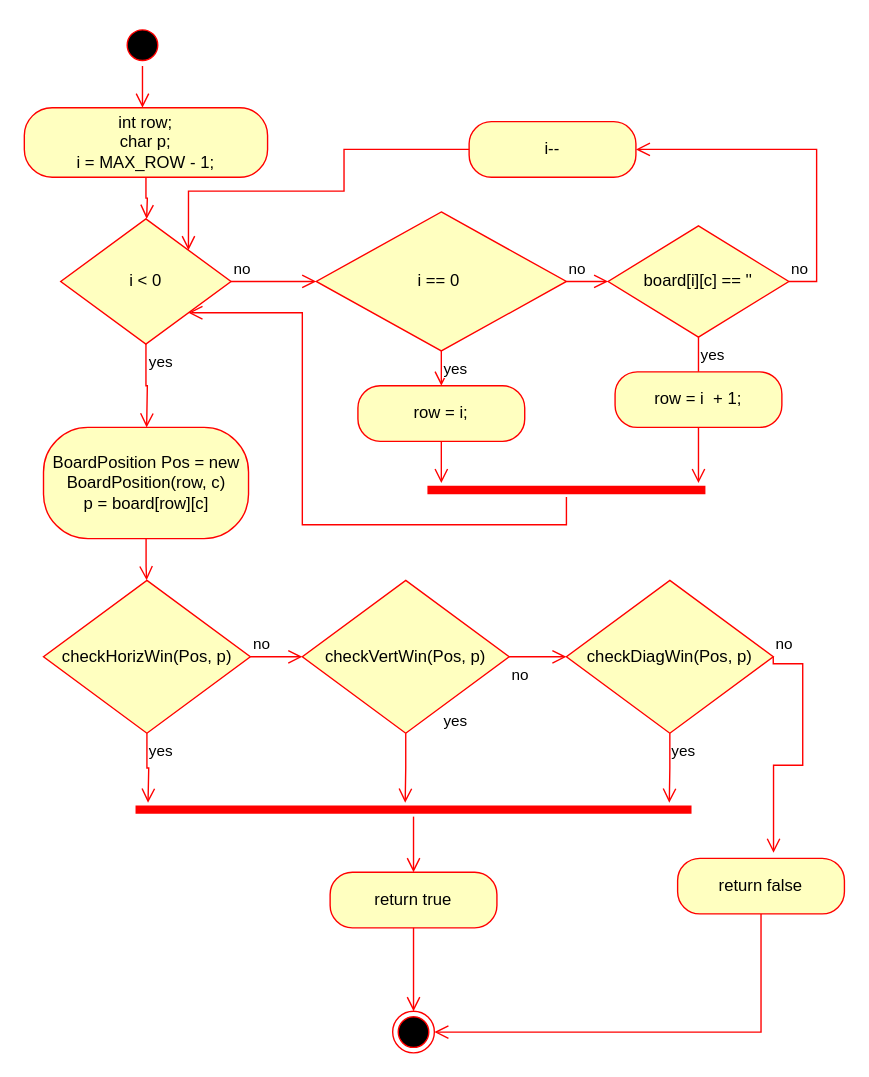
Before: DRAW_IO/checkForWin_AD.drawio in c-tollison/extendedConnectX, a draw.io diagram. Source tidied: cells renumbered, new cells numbered last; positions are measured from the earlier drawing's top-left corner, leaving out a move shared by most shapes. Both pictures are drawn from the tidied source at 139%, with x=0, y=0 at pixel (24, 24).
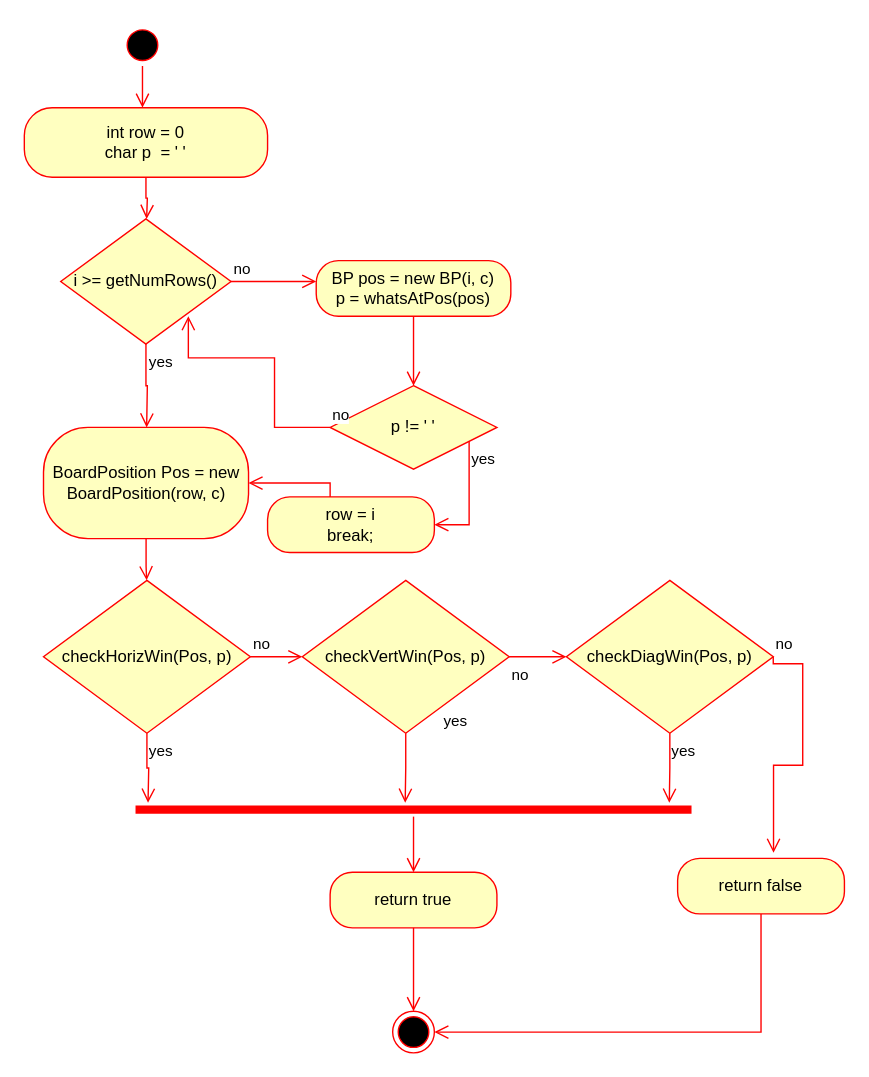
After the change.

Diff of the diagram source:
```diff
@@
-    <mxCell id="4" value="int row;&lt;br&gt;char p;&lt;br&gt;i = MAX_ROW - 1;" style="rounded=1;whiteSpace=wrap;html=1;arcSize=40;fontColor=#000000;fillColor=#ffffc0;strokeColor=#ff0000;" parent="1" vertex="1">
+    <mxCell id="4" value="int row = 0&lt;br&gt;char p&amp;nbsp; = ' '" style="rounded=1;whiteSpace=wrap;html=1;arcSize=40;fontColor=#000000;fillColor=#ffffc0;strokeColor=#ff0000;" parent="1" vertex="1">
       <mxGeometry y="60" width="175" height="50" as="geometry" />
     </mxCell>
@@
-    <mxCell id="6" value="i &amp;lt; 0" style="rhombus;whiteSpace=wrap;html=1;fillColor=#ffffc0;strokeColor=#ff0000;" parent="1" vertex="1">
+    <mxCell id="6" value="i &amp;gt;= getNumRows()" style="rhombus;whiteSpace=wrap;html=1;fillColor=#ffffc0;strokeColor=#ff0000;" parent="1" vertex="1">
       <mxGeometry x="26.2" y="140" width="122.5" height="90" as="geometry" />
     </mxCell>
@@
-    <mxCell id="9" value="i == 0&amp;nbsp;" style="rhombus;whiteSpace=wrap;html=1;fillColor=#ffffc0;strokeColor=#ff0000;" parent="1" vertex="1">
-      <mxGeometry x="210" y="135" width="180" height="100" as="geometry" />
-    </mxCell>
-    <mxCell id="10" value="no" style="edgeStyle=orthogonalEdgeStyle;html=1;align=left;verticalAlign=bottom;endArrow=open;endSize=8;strokeColor=#ff0000;rounded=0;" parent="1" edge="1" source="9">
-      <mxGeometry x="-1" relative="1" as="geometry">
-        <mxPoint x="420" y="185" as="targetPoint" />
-      </mxGeometry>
-    </mxCell>
-    <mxCell id="11" value="yes" style="edgeStyle=orthogonalEdgeStyle;html=1;align=left;verticalAlign=top;endArrow=open;endSize=8;strokeColor=#ff0000;rounded=0;" parent="1" edge="1" source="9">
-      <mxGeometry x="-1" relative="1" as="geometry">
-        <mxPoint x="300" y="260" as="targetPoint" />
-      </mxGeometry>
-    </mxCell>
-    <mxCell id="12" value="row = i;" style="rounded=1;whiteSpace=wrap;html=1;arcSize=40;fontColor=#000000;fillColor=#ffffc0;strokeColor=#ff0000;" parent="1" vertex="1">
-      <mxGeometry x="240" y="260" width="120" height="40" as="geometry" />
-    </mxCell>
-    <mxCell id="13" style="edgeStyle=orthogonalEdgeStyle;html=1;verticalAlign=bottom;endArrow=open;endSize=8;strokeColor=#ff0000;rounded=0;" parent="1" edge="1" source="12">
-      <mxGeometry relative="1" as="geometry">
-        <mxPoint x="300" y="330" as="targetPoint" />
-      </mxGeometry>
-    </mxCell>
-    <mxCell id="14" value="board[i][c] == ''" style="rhombus;whiteSpace=wrap;html=1;fillColor=#ffffc0;strokeColor=#ff0000;" parent="1" vertex="1">
-      <mxGeometry x="420" y="145" width="130" height="80" as="geometry" />
-    </mxCell>
-    <mxCell id="15" value="no" style="edgeStyle=orthogonalEdgeStyle;html=1;align=left;verticalAlign=bottom;endArrow=open;endSize=8;strokeColor=#ff0000;rounded=0;" parent="1" edge="1" source="14">
-      <mxGeometry x="-1" relative="1" as="geometry">
-        <mxPoint x="440" y="90" as="targetPoint" />
-        <Array as="points">
-          <mxPoint x="570" y="185" />
-        </Array>
-      </mxGeometry>
-    </mxCell>
-    <mxCell id="16" value="yes" style="edgeStyle=orthogonalEdgeStyle;html=1;align=left;verticalAlign=top;endArrow=open;endSize=8;strokeColor=#ff0000;rounded=0;" parent="1" edge="1" source="14">
-      <mxGeometry x="-1" relative="1" as="geometry">
-        <mxPoint x="485" y="270" as="targetPoint" />
-      </mxGeometry>
-    </mxCell>
-    <mxCell id="17" value="row = i&amp;nbsp; + 1;" style="rounded=1;whiteSpace=wrap;html=1;arcSize=40;fontColor=#000000;fillColor=#ffffc0;strokeColor=#ff0000;" parent="1" vertex="1">
-      <mxGeometry x="425" y="250" width="120" height="40" as="geometry" />
-    </mxCell>
-    <mxCell id="18" style="edgeStyle=orthogonalEdgeStyle;html=1;verticalAlign=bottom;endArrow=open;endSize=8;strokeColor=#ff0000;rounded=0;" parent="1" edge="1" source="17">
-      <mxGeometry relative="1" as="geometry">
-        <mxPoint x="485" y="330" as="targetPoint" />
-      </mxGeometry>
-    </mxCell>
-    <mxCell id="19" value="i--" style="rounded=1;whiteSpace=wrap;html=1;arcSize=40;fontColor=#000000;fillColor=#ffffc0;strokeColor=#ff0000;" parent="1" vertex="1">
-      <mxGeometry x="320" y="70" width="120" height="40" as="geometry" />
-    </mxCell>
-    <mxCell id="20" style="edgeStyle=orthogonalEdgeStyle;html=1;verticalAlign=bottom;endArrow=open;endSize=8;strokeColor=#ff0000;rounded=0;entryX=1;entryY=0;entryDx=0;entryDy=0;exitX=0;exitY=0.5;exitDx=0;exitDy=0;" parent="1" edge="1" source="19" target="6">
-      <mxGeometry relative="1" as="geometry">
-        <Array as="points">
-          <mxPoint x="230" y="90" />
-          <mxPoint x="230" y="120" />
-          <mxPoint x="118" y="120" />
-        </Array>
-      </mxGeometry>
-    </mxCell>
-    <mxCell id="21" style="shape=line;html=1;strokeWidth=6;strokeColor=#ff0000;" parent="1" vertex="1">
-      <mxGeometry x="290" y="330" width="200" height="10" as="geometry" />
-    </mxCell>
-    <mxCell id="22" style="edgeStyle=orthogonalEdgeStyle;html=1;verticalAlign=bottom;endArrow=open;endSize=8;strokeColor=#ff0000;rounded=0;entryX=1;entryY=1;entryDx=0;entryDy=0;" parent="1" edge="1" source="21" target="6">
-      <mxGeometry relative="1" as="geometry">
-        <Array as="points">
-          <mxPoint x="390" y="360" />
-          <mxPoint x="200" y="360" />
-          <mxPoint x="200" y="208" />
-        </Array>
-      </mxGeometry>
-    </mxCell>
-    <mxCell id="23" value="BoardPosition Pos = new BoardPosition(row, c)&lt;br&gt;p = board[row][c]" style="rounded=1;whiteSpace=wrap;html=1;arcSize=40;fontColor=#000000;fillColor=#ffffc0;strokeColor=#ff0000;" parent="1" vertex="1">
+    <mxCell id="23" value="BoardPosition Pos = new BoardPosition(row, c)" style="rounded=1;whiteSpace=wrap;html=1;arcSize=40;fontColor=#000000;fillColor=#ffffc0;strokeColor=#ff0000;" parent="1" vertex="1">
       <mxGeometry x="13.8" y="290" width="147.5" height="80" as="geometry" />
     </mxCell>
@@
+    <mxCell id="41" value="BP pos = new BP(i, c)&lt;br&gt;p = whatsAtPos(pos)" style="rounded=1;whiteSpace=wrap;html=1;arcSize=40;fontColor=#000000;fillColor=#ffffc0;strokeColor=#ff0000;" parent="1" vertex="1">
+      <mxGeometry x="210" y="170" width="140" height="40" as="geometry" />
+    </mxCell>
+    <mxCell id="42" style="edgeStyle=orthogonalEdgeStyle;html=1;verticalAlign=bottom;endArrow=open;endSize=8;strokeColor=#ff0000;rounded=0;" parent="1" edge="1" source="41">
+      <mxGeometry relative="1" as="geometry">
+        <mxPoint x="280" y="260" as="targetPoint" />
+        <Array as="points">
+          <mxPoint x="280" y="230" />
+          <mxPoint x="280" y="230" />
+        </Array>
+      </mxGeometry>
+    </mxCell>
+    <mxCell id="43" value="p != ' '" style="rhombus;whiteSpace=wrap;html=1;fillColor=#ffffc0;strokeColor=#ff0000;" parent="1" vertex="1">
+      <mxGeometry x="220" y="260" width="120" height="60" as="geometry" />
+    </mxCell>
+    <mxCell id="44" value="no" style="edgeStyle=orthogonalEdgeStyle;html=1;align=left;verticalAlign=bottom;endArrow=open;endSize=8;strokeColor=#ff0000;rounded=0;" parent="1" edge="1" source="43">
+      <mxGeometry x="-1" relative="1" as="geometry">
+        <mxPoint x="118" y="210" as="targetPoint" />
+        <Array as="points">
+          <mxPoint x="180" y="290" />
+          <mxPoint x="180" y="240" />
+          <mxPoint x="118" y="240" />
+        </Array>
+      </mxGeometry>
+    </mxCell>
+    <mxCell id="45" value="yes" style="edgeStyle=orthogonalEdgeStyle;html=1;align=left;verticalAlign=top;endArrow=open;endSize=8;strokeColor=#ff0000;rounded=0;entryX=1;entryY=0.5;entryDx=0;entryDy=0;" parent="1" edge="1" source="43" target="46">
+      <mxGeometry x="-1" relative="1" as="geometry">
+        <Array as="points">
+          <mxPoint x="320" y="360" />
+        </Array>
+      </mxGeometry>
+    </mxCell>
+    <mxCell id="46" value="row = i&lt;br&gt;break;" style="rounded=1;whiteSpace=wrap;html=1;arcSize=40;fontColor=#000000;fillColor=#ffffc0;strokeColor=#ff0000;" parent="1" vertex="1">
+      <mxGeometry x="175" y="340" width="120" height="40" as="geometry" />
+    </mxCell>
+    <mxCell id="47" style="edgeStyle=orthogonalEdgeStyle;html=1;verticalAlign=bottom;endArrow=open;endSize=8;strokeColor=#ff0000;rounded=0;entryX=1;entryY=0.5;entryDx=0;entryDy=0;" parent="1" edge="1" source="46" target="23">
+      <mxGeometry relative="1" as="geometry">
+        <Array as="points">
+          <mxPoint x="220" y="330" />
+        </Array>
+      </mxGeometry>
+    </mxCell>
```
